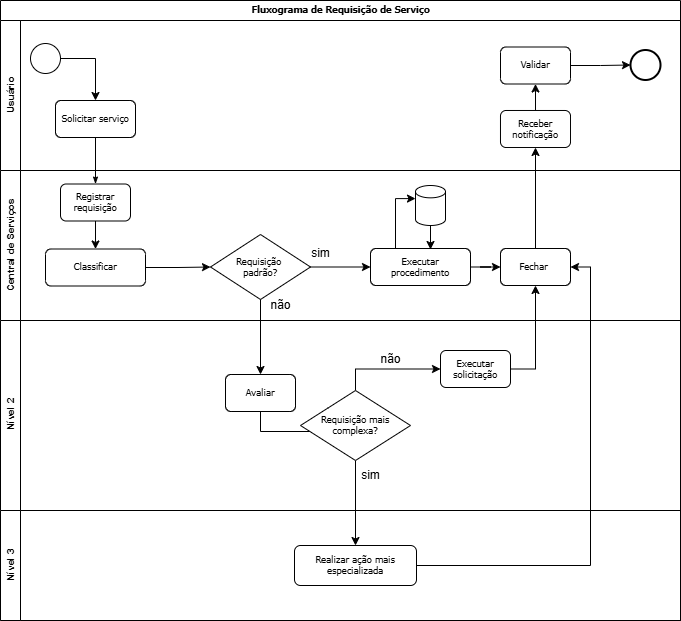
Before: Sprint3/Documentação/TI/Fluxogramas/fluxograma-requisição.drawio.png, a diagram exported from draw.io (Jv-Torelli/safe_Gas). Source tidied: cells renumbered, new cells last; positions are measured from the earlier drawing's top-left corner, leaving out a move shared by most shapes.
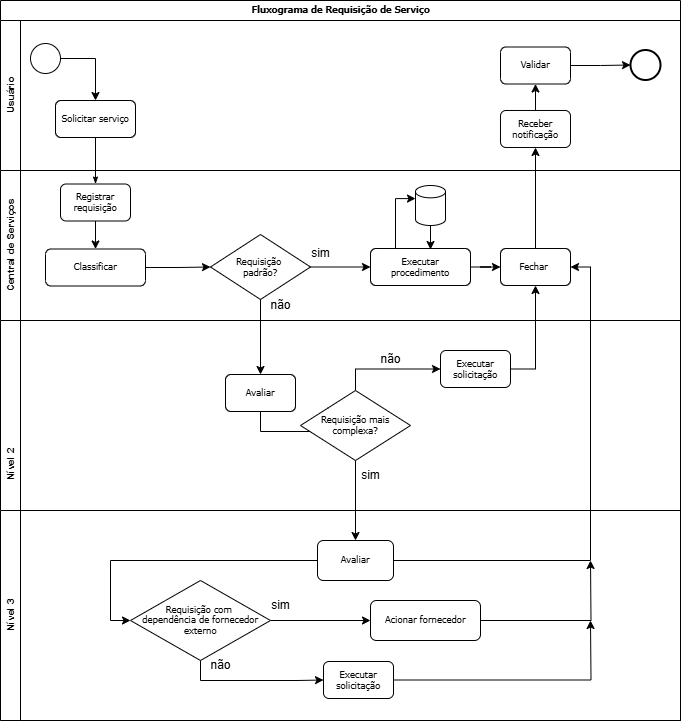
Later version of the same file.

What changed in the source:
```diff
@@ -3,7 +3,7 @@
     <mxCell id="0" />
     <mxCell id="1" parent="0" />
     <mxCell id="2" value="&lt;font style=&quot;font-size: 8.5px;&quot;&gt;Fluxograma de Requisição de Serviço&lt;/font&gt;" style="swimlane;html=1;horizontal=1;startSize=20;rounded=0;shadow=0;labelBackgroundColor=none;strokeWidth=1;fontFamily=Verdana;fontSize=8;align=center;" parent="1" vertex="1">
-      <mxGeometry width="680" height="620" as="geometry" />
+      <mxGeometry width="680" height="720" as="geometry" />
     </mxCell>
     <mxCell id="3" value="&lt;font style=&quot;font-size: 10px;&quot;&gt;Usuário&lt;/font&gt;" style="swimlane;html=1;startSize=20;horizontal=0;" parent="2" vertex="1">
       <mxGeometry y="20" width="680" height="150" as="geometry" />
@@ -78,7 +78,7 @@
       <mxGeometry x="260" y="120" width="40" height="30" as="geometry" />
     </mxCell>
     <mxCell id="27" value="&lt;font style=&quot;font-size: 10px;&quot;&gt;&lt;span style=&quot;white-space: pre;&quot;&gt;&#9;&lt;/span&gt;&lt;span style=&quot;white-space: pre;&quot;&gt;&#9;&lt;/span&gt;&lt;span style=&quot;white-space: pre;&quot;&gt;&#9;&lt;span style=&quot;white-space: pre;&quot;&gt;&#9;&lt;span style=&quot;white-space: pre;&quot;&gt;&#9;&lt;/span&gt;&lt;/span&gt;Nível 2&lt;/span&gt;&lt;/font&gt;" style="swimlane;html=1;startSize=20;horizontal=0;" parent="2" vertex="1">
-      <mxGeometry y="320" width="680" height="300" as="geometry" />
+      <mxGeometry y="320" width="680" height="400" as="geometry" />
     </mxCell>
     <mxCell id="28" style="edgeStyle=orthogonalEdgeStyle;rounded=0;jettySize=auto;html=1;exitX=0.5;exitY=1;exitDx=0;exitDy=0;entryX=0;entryY=0.5;entryDx=0;entryDy=0;" parent="27" edge="1" source="29" target="37">
       <mxGeometry relative="1" as="geometry" />
@@ -90,11 +90,45 @@
       <mxGeometry x="440" y="30" width="70" height="37" as="geometry" />
     </mxCell>
     <mxCell id="31" value="&lt;font style=&quot;font-size: 10px;&quot;&gt;Nível 3&lt;/font&gt;" style="swimlane;html=1;startSize=20;horizontal=0;" parent="27" vertex="1">
-      <mxGeometry y="190" width="680" height="110" as="geometry" />
+      <mxGeometry y="190" width="680" height="210" as="geometry" />
     </mxCell>
+    <mxCell id="43" style="edgeStyle=orthogonalEdgeStyle;rounded=0;jettySize=auto;html=1;exitX=0;exitY=0.5;exitDx=0;exitDy=0;entryX=0;entryY=0.5;entryDx=0;entryDy=0;" parent="31" edge="1" source="32" target="48">
+      <mxGeometry relative="1" as="geometry" />
+    </mxCell>
-    <mxCell id="32" value="&lt;font style=&quot;font-size: 8.5px;&quot;&gt;Realizar ação mais especializada&lt;/font&gt;" style="rounded=1;whiteSpace=wrap;html=1;shadow=0;labelBackgroundColor=none;strokeWidth=1;fontFamily=Verdana;fontSize=8;align=center;" parent="31" vertex="1">
-      <mxGeometry x="294" y="35" width="122" height="40" as="geometry" />
+    <mxCell id="32" value="&lt;font style=&quot;font-size: 8.5px;&quot;&gt;Avaliar&lt;/font&gt;" style="rounded=1;whiteSpace=wrap;html=1;shadow=0;labelBackgroundColor=none;strokeWidth=1;fontFamily=Verdana;fontSize=8;align=center;" parent="31" vertex="1">
+      <mxGeometry x="317" y="30" width="76" height="40" as="geometry" />
     </mxCell>
+    <mxCell id="44" style="edgeStyle=orthogonalEdgeStyle;rounded=0;jettySize=auto;html=1;exitX=1;exitY=0.5;exitDx=0;exitDy=0;" parent="31" edge="1" source="45">
+      <mxGeometry relative="1" as="geometry">
+        <mxPoint x="590" y="50" as="targetPoint" />
+      </mxGeometry>
+    </mxCell>
+    <mxCell id="45" value="&lt;font style=&quot;font-size: 8.5px;&quot;&gt;Acionar fornecedor&lt;/font&gt;" style="rounded=1;whiteSpace=wrap;html=1;shadow=0;labelBackgroundColor=none;strokeWidth=1;fontFamily=Verdana;fontSize=8;align=center;" parent="31" vertex="1">
+      <mxGeometry x="370" y="90" width="110" height="40" as="geometry" />
+    </mxCell>
+    <mxCell id="46" style="edgeStyle=orthogonalEdgeStyle;rounded=0;jettySize=auto;html=1;exitX=0.5;exitY=1;exitDx=0;exitDy=0;entryX=0;entryY=0.5;entryDx=0;entryDy=0;" parent="31" edge="1" source="48" target="50">
+      <mxGeometry relative="1" as="geometry" />
+    </mxCell>
+    <mxCell id="47" style="edgeStyle=orthogonalEdgeStyle;rounded=0;jettySize=auto;html=1;exitX=1;exitY=0.5;exitDx=0;exitDy=0;" parent="31" edge="1" source="48" target="45">
+      <mxGeometry relative="1" as="geometry" />
+    </mxCell>
+    <mxCell id="48" value="&lt;font style=&quot;font-size: 8.5px;&quot;&gt;Requisição com&amp;nbsp;&lt;/font&gt;&lt;div&gt;&lt;font style=&quot;font-size: 8.5px;&quot;&gt;dependência de fornecedor externo&lt;/font&gt;&lt;/div&gt;" style="rhombus;whiteSpace=wrap;html=1;fontSize=8;fontFamily=Verdana;rounded=1;shadow=0;labelBackgroundColor=none;strokeWidth=1;arcSize=0;" parent="31" vertex="1">
+      <mxGeometry x="130" y="70" width="140" height="80" as="geometry" />
+    </mxCell>
+    <mxCell id="49" style="edgeStyle=orthogonalEdgeStyle;rounded=0;jettySize=auto;html=1;exitX=1;exitY=0.5;exitDx=0;exitDy=0;" parent="31" edge="1" source="50">
+      <mxGeometry relative="1" as="geometry">
+        <mxPoint x="590" y="110" as="targetPoint" />
+      </mxGeometry>
+    </mxCell>
+    <mxCell id="50" value="&lt;font style=&quot;font-size: 8.5px;&quot;&gt;Executar solicitação&lt;/font&gt;" style="rounded=1;whiteSpace=wrap;html=1;shadow=0;labelBackgroundColor=none;strokeWidth=1;fontFamily=Verdana;fontSize=8;align=center;" parent="31" vertex="1">
+      <mxGeometry x="323" y="151" width="70" height="37" as="geometry" />
+    </mxCell>
+    <mxCell id="51" value="não" style="text;html=1;align=center;verticalAlign=middle;strokeColor=none;fillColor=none;" parent="31" vertex="1">
+      <mxGeometry x="200" y="140" width="40" height="30" as="geometry" />
+    </mxCell>
+    <mxCell id="52" value="sim" style="text;html=1;align=center;verticalAlign=middle;strokeColor=none;fillColor=none;" parent="31" vertex="1">
+      <mxGeometry x="260" y="80" width="40" height="30" as="geometry" />
+    </mxCell>
     <mxCell id="33" value="sim" style="text;html=1;align=center;verticalAlign=middle;strokeColor=none;fillColor=none;" parent="27" vertex="1">
       <mxGeometry x="350" y="140" width="40" height="30" as="geometry" />
     </mxCell>
```
